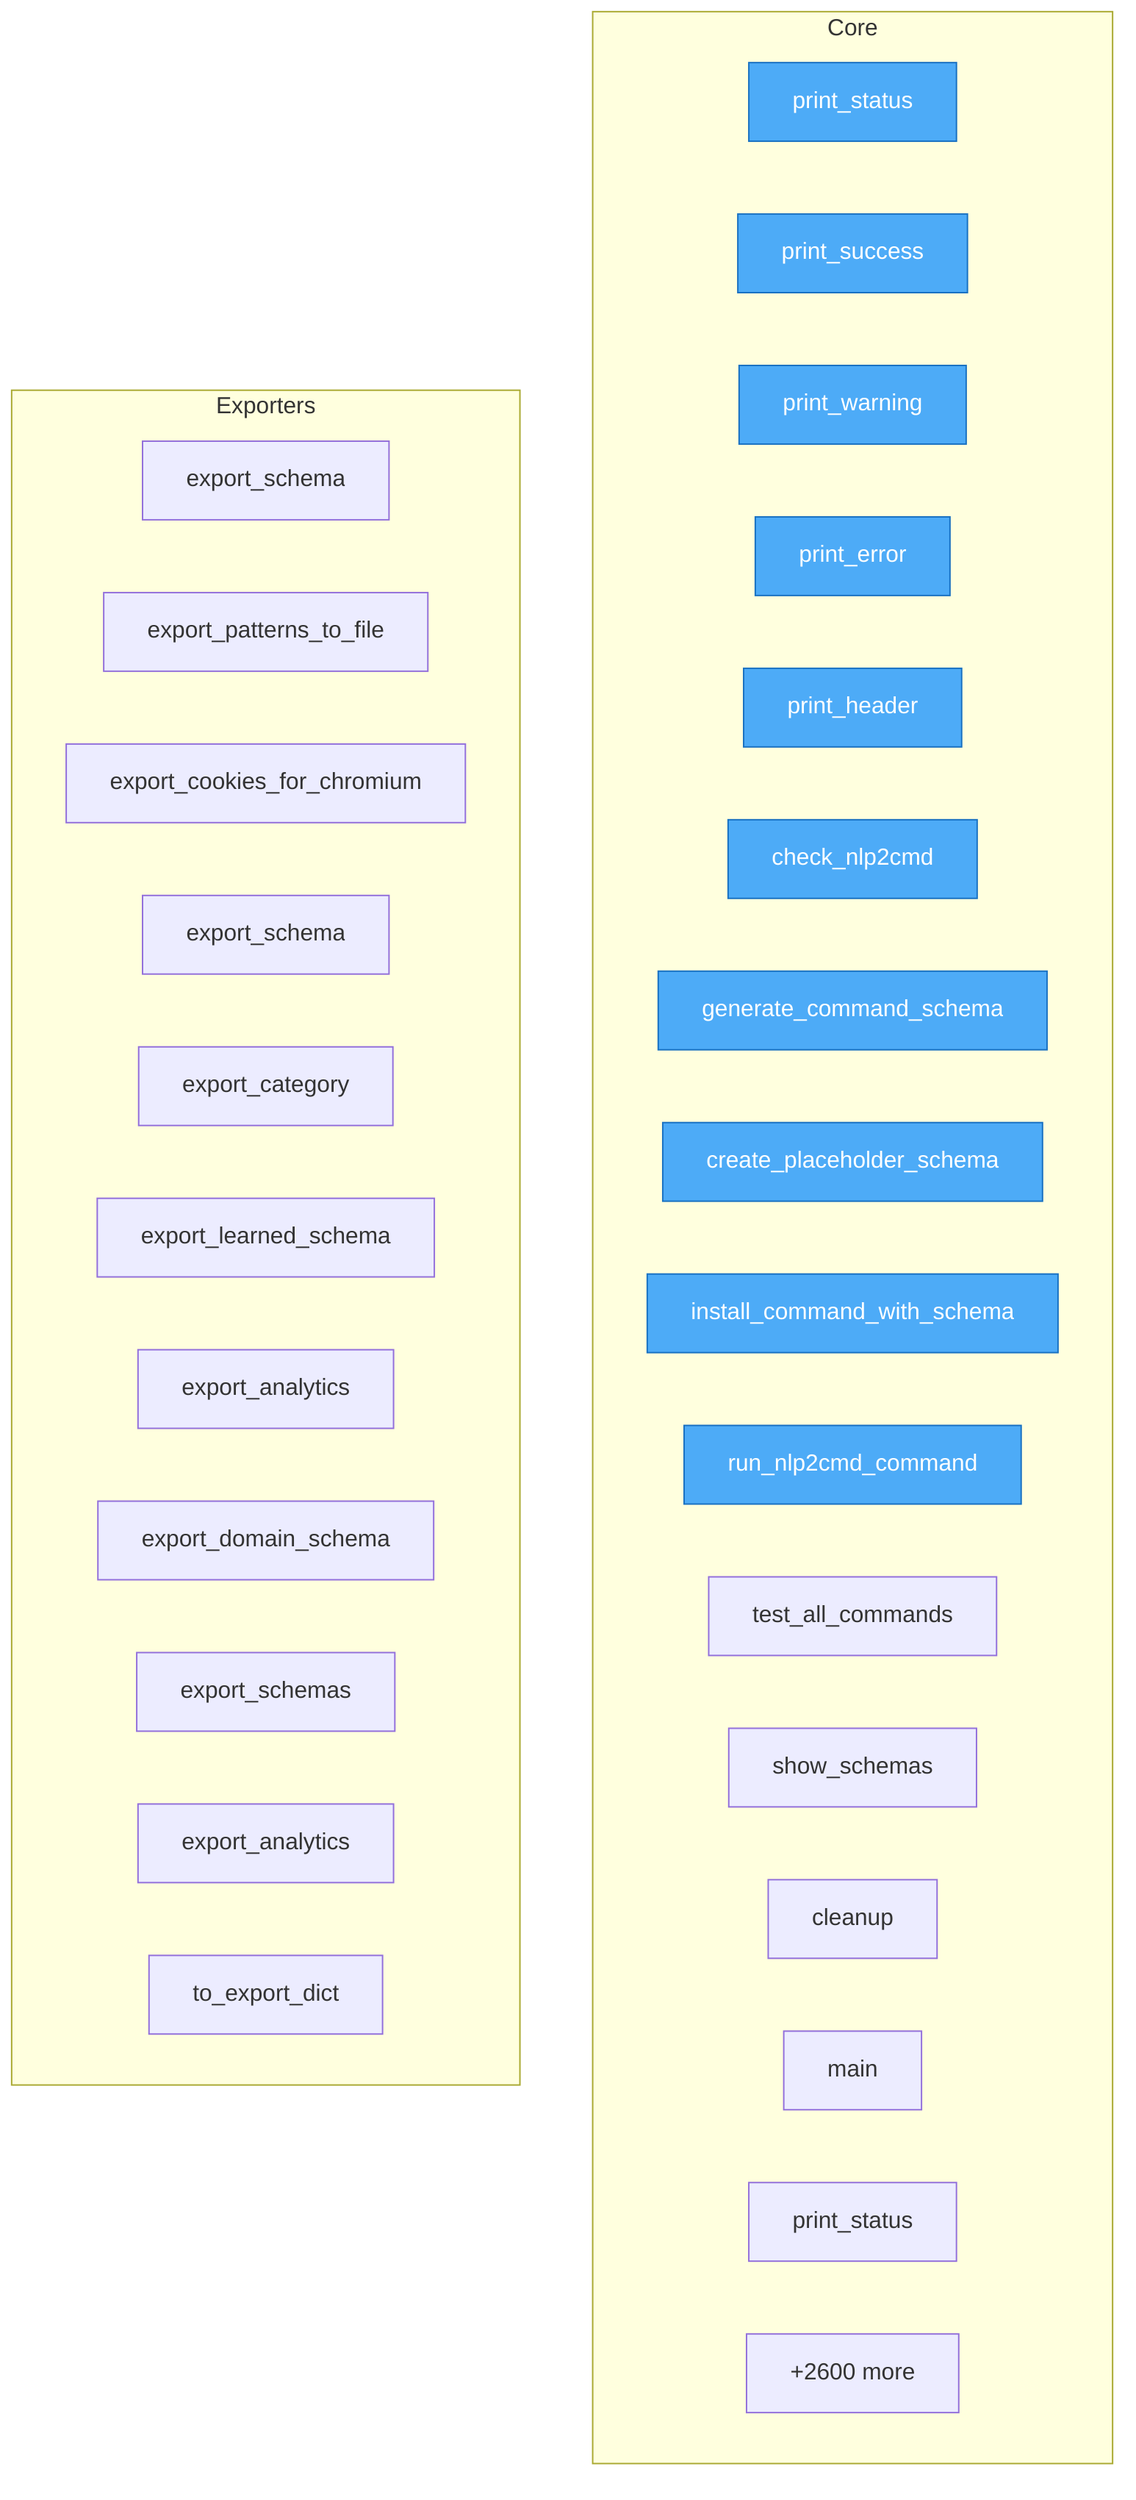
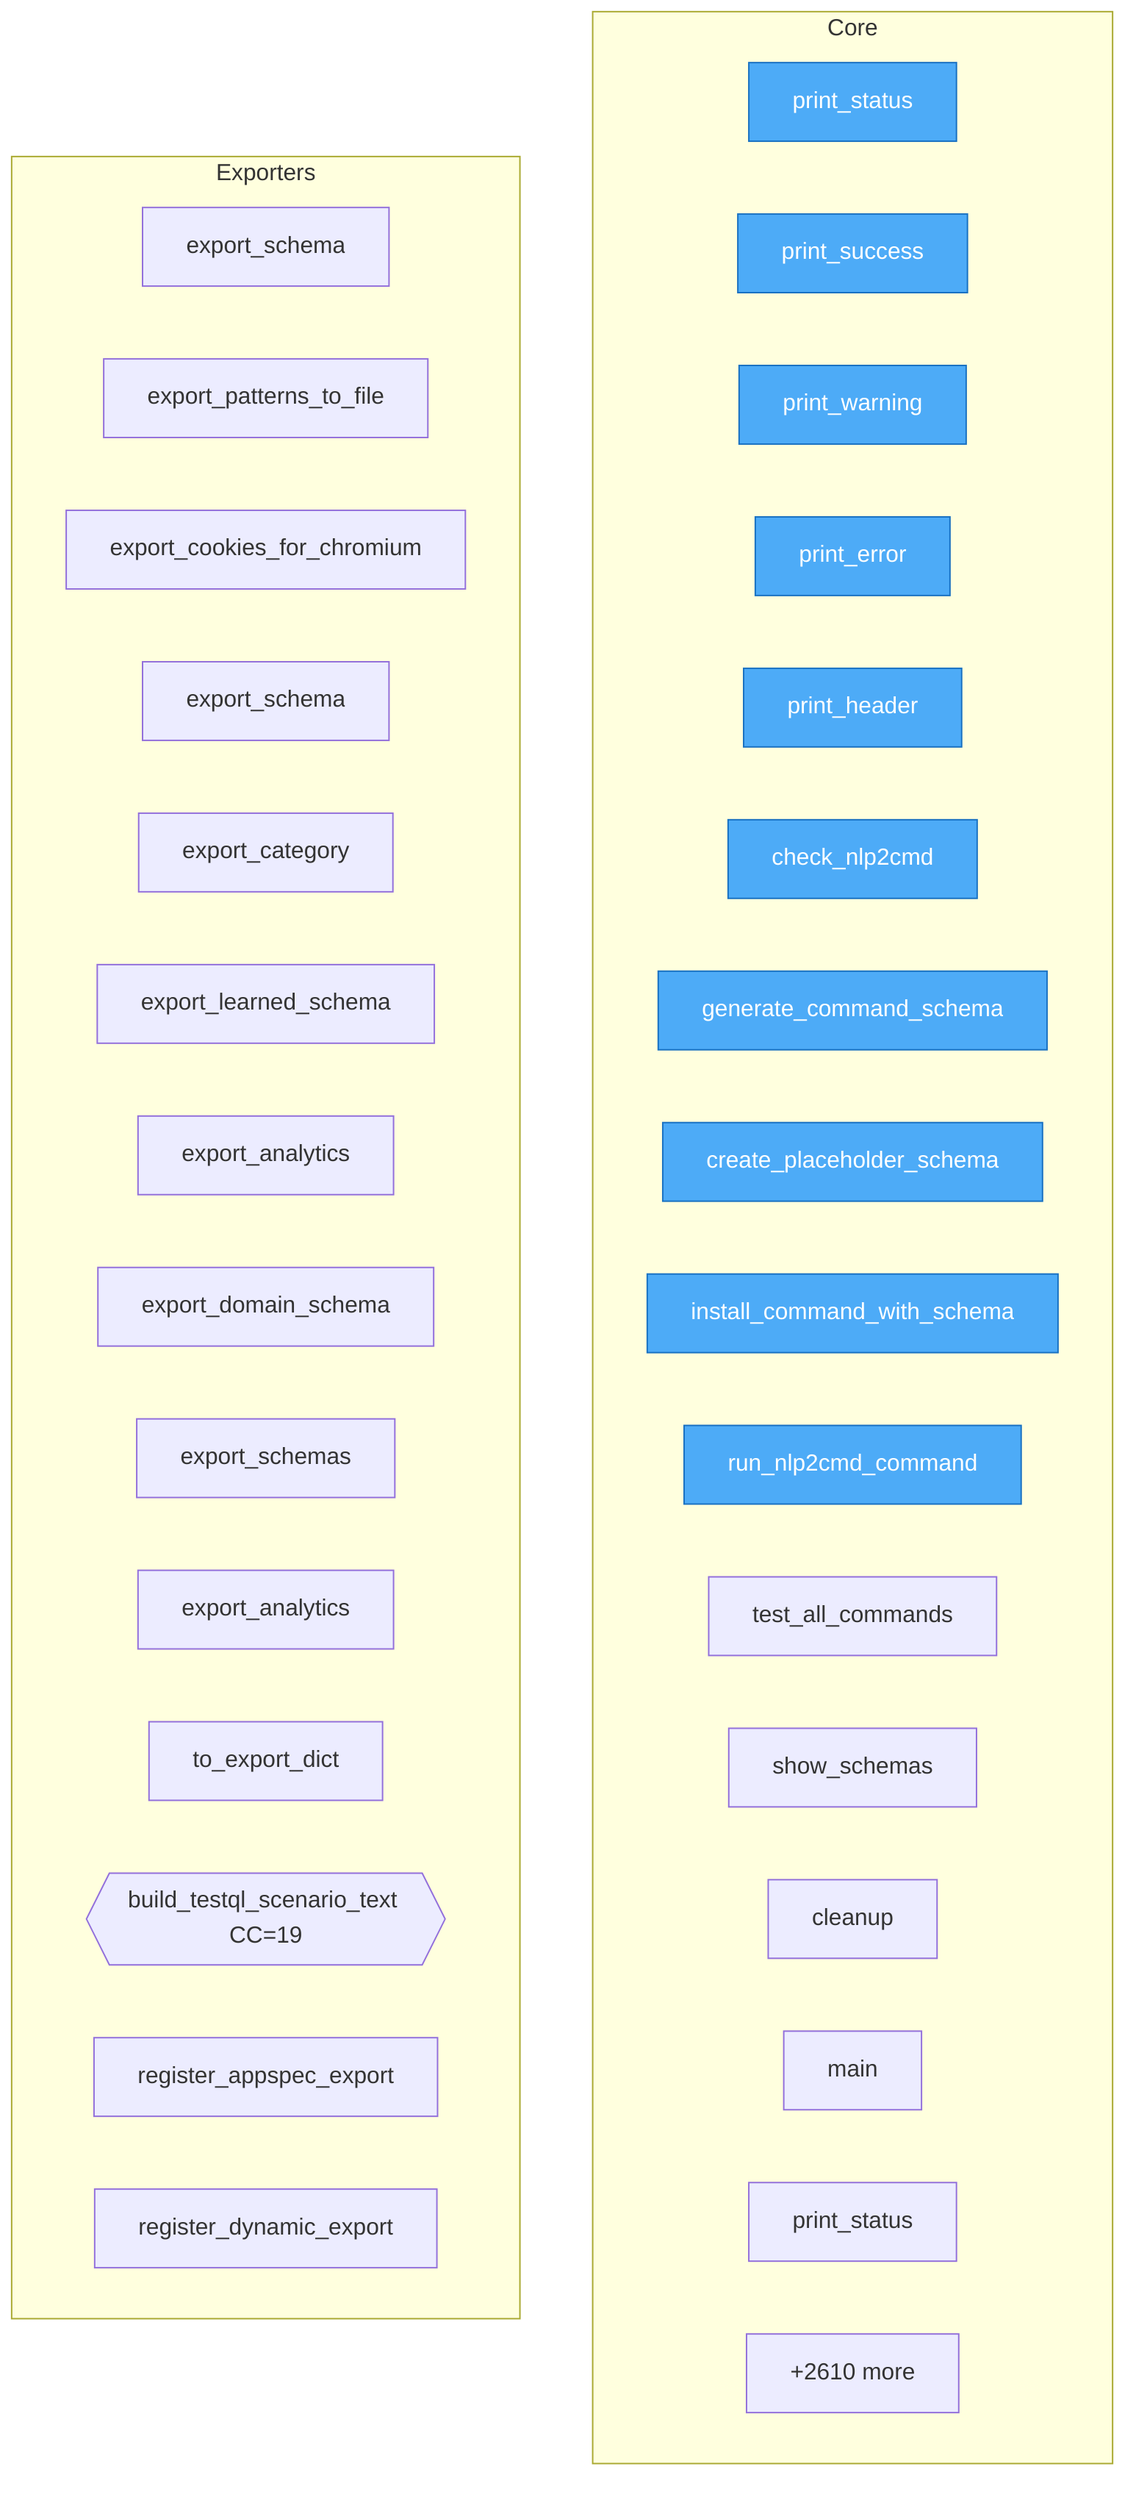
flowchart TD
%% generated in 0.08s

    %% Entry points (blue)
    classDef entry fill:#4dabf7,stroke:#1971c2,color:#fff

    subgraph Core
        test_nlp2cmd_enhanced__print_status["print_status"]
        test_nlp2cmd_enhanced__print_success["print_success"]
        test_nlp2cmd_enhanced__print_warning["print_warning"]
        test_nlp2cmd_enhanced__print_error["print_error"]
        test_nlp2cmd_enhanced__print_header["print_header"]
        test_nlp2cmd_enhanced__check_nlp2cmd["check_nlp2cmd"]
        test_nlp2cmd_enhanced__generate_command_schema["generate_command_schema"]
        test_nlp2cmd_enhanced__create_placeholder_schema["create_placeholder_schema"]
        test_nlp2cmd_enhanced__install_command_with_schema["install_command_with_schema"]
        test_nlp2cmd_enhanced__run_nlp2cmd_command["run_nlp2cmd_command"]
        test_nlp2cmd_enhanced__test_all_commands["test_all_commands"]
        test_nlp2cmd_enhanced__show_schemas["show_schemas"]
        test_nlp2cmd_enhanced__cleanup["cleanup"]
        test_nlp2cmd_enhanced__main["main"]
        test_nlp2cmd_commands__print_status["print_status"]
-         ...["+2600 more"]
+         ...["+2610 more"]
    end

    subgraph Exporters
        src__nlp2cmd__schemas__SchemaRegistry__export_schema["export_schema"]
        src__nlp2cmd__automation__vector_store__export_patterns_to_file["export_patterns_to_file"]
        src__nlp2cmd__automation__firefox_sessions__FirefoxSessionImporter__export_cookies_for_chromium["export_cookies_for_chromium"]
        src__nlp2cmd__generation__fuzzy_schema_matcher_class__FuzzySchemaMatcher__export_schema["export_schema"]
        src__nlp2cmd__core__toon_integration__ToonDataManager__export_category["export_category"]
        src__nlp2cmd__cli__web_schema__export_learned_schema["export_learned_schema"]
        src__nlp2cmd__cli__history__export_analytics["export_analytics"]
        src__nlp2cmd__web_schema__history__InteractionHistory__export_domain_schema["export_domain_schema"]
        src__nlp2cmd__enhanced__EnhancedNLP2CMD__export_schemas["export_schemas"]
        src__nlp2cmd__history__tracker__CommandHistory__export_analytics["export_analytics"]
        src__app2schema__extract__App2SchemaResult__to_export_dict["to_export_dict"]
+         src__nlp2cmd__plan_execution__testql_export__build_testql_scenario_text{{build_testql_scenario_text CC=19}}
+         src__nlp2cmd__schema_extraction__registry__DynamicSchemaRegistry__register_appspec_export["register_appspec_export"]
+         src__nlp2cmd__schema_extraction__registry__DynamicSchemaRegistry__register_dynamic_export["register_dynamic_export"]
    end

    class test_nlp2cmd_enhanced__print_status,test_nlp2cmd_enhanced__print_success,test_nlp2cmd_enhanced__print_warning,test_nlp2cmd_enhanced__print_error,test_nlp2cmd_enhanced__print_header,test_nlp2cmd_enhanced__check_nlp2cmd,test_nlp2cmd_enhanced__generate_command_schema,test_nlp2cmd_enhanced__create_placeholder_schema,test_nlp2cmd_enhanced__install_command_with_schema,test_nlp2cmd_enhanced__run_nlp2cmd_command entry
